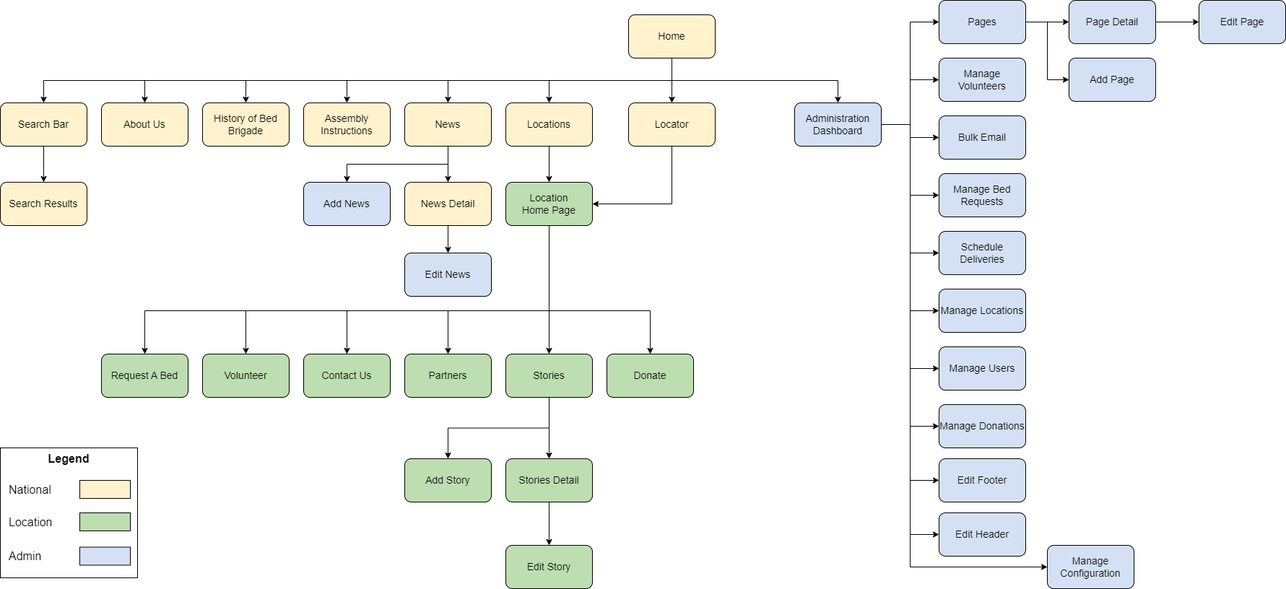
The draw.io diagram Documentation/Design/Information Architecture Diagram.png in GregFinzer/BedBrigadeNational, before a commit. Source tidied: cells renumbered, new cells last; positions are measured from the earlier drawing's top-left corner, leaving out a move shared by most shapes.
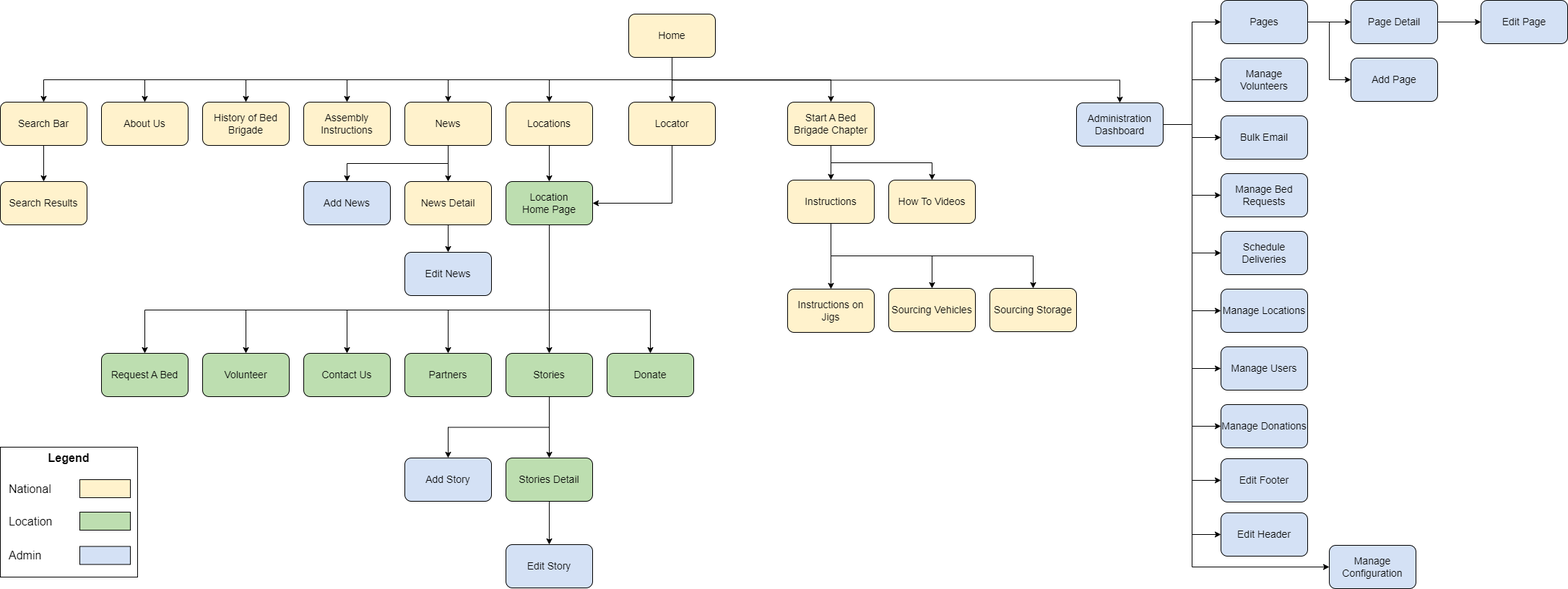
Later version of the same file.

Commit message:
Update Information Architecture Diagram

The edit, as a diff of the source:
```diff
@@ -26,6 +26,14 @@
     <mxCell id="9" style="edgeStyle=orthogonalEdgeStyle;rounded=0;jettySize=auto;html=1;exitX=0.5;exitY=1;exitDx=0;exitDy=0;entryX=0.5;entryY=0;entryDx=0;entryDy=0;fontSize=14;" parent="1" edge="1" source="10" target="83">
       <mxGeometry relative="1" as="geometry" />
     </mxCell>
+    <mxCell id="84" style="edgeStyle=orthogonalEdgeStyle;rounded=0;jettySize=auto;html=1;exitX=0.5;exitY=1;exitDx=0;exitDy=0;entryX=0.5;entryY=0;entryDx=0;entryDy=0;" parent="1" edge="1" source="10" target="87">
+      <mxGeometry relative="1" as="geometry">
+        <Array as="points">
+          <mxPoint x="930" y="111" />
+          <mxPoint x="1150" y="111" />
+        </Array>
+      </mxGeometry>
+    </mxCell>
     <mxCell id="10" value="&lt;font style=&quot;font-size: 14px;&quot;&gt;Home&lt;/font&gt;" style="rounded=1;whiteSpace=wrap;html=1;fillColor=#FFF2CC;" parent="1" vertex="1">
       <mxGeometry x="870" y="20" width="120" height="60" as="geometry" />
     </mxCell>
@@ -162,13 +170,13 @@
     <mxCell id="46" style="edgeStyle=orthogonalEdgeStyle;rounded=0;jettySize=auto;html=1;exitX=1;exitY=0.5;exitDx=0;exitDy=0;entryX=0;entryY=0.5;entryDx=0;entryDy=0;fontSize=16;" parent="1" edge="1" source="47" target="63">
       <mxGeometry relative="1" as="geometry">
         <Array as="points">
-          <mxPoint x="1260" y="172" />
-          <mxPoint x="1260" y="785" />
+          <mxPoint x="1650" y="173" />
+          <mxPoint x="1650" y="786" />
         </Array>
       </mxGeometry>
     </mxCell>
     <mxCell id="47" value="&lt;font style=&quot;font-size: 14px;&quot;&gt;Administration Dashboard&lt;/font&gt;" style="rounded=1;whiteSpace=wrap;html=1;fillColor=#D4E1F5;" parent="1" vertex="1">
-      <mxGeometry x="1100" y="142" width="120" height="60" as="geometry" />
+      <mxGeometry x="1490" y="143" width="120" height="60" as="geometry" />
     </mxCell>
     <mxCell id="48" value="&lt;font style=&quot;font-size: 14px;&quot;&gt;Add News&lt;/font&gt;" style="rounded=1;whiteSpace=wrap;html=1;fillColor=#D4E1F5;" parent="1" vertex="1">
       <mxGeometry x="420" y="252" width="120" height="60" as="geometry" />
@@ -182,19 +190,19 @@
     <mxCell id="51" value="&lt;font style=&quot;font-size: 14px;&quot;&gt;Stories Detail&lt;/font&gt;" style="rounded=1;whiteSpace=wrap;html=1;fillColor=#BDDEB0;" parent="1" vertex="1">
       <mxGeometry x="700" y="635" width="120" height="60" as="geometry" />
     </mxCell>
-    <mxCell id="52" value="&lt;font style=&quot;font-size: 14px;&quot;&gt;Add Story&lt;/font&gt;" style="rounded=1;whiteSpace=wrap;html=1;fillColor=#BDDEB0;" parent="1" vertex="1">
+    <mxCell id="52" value="&lt;font style=&quot;font-size: 14px;&quot;&gt;Add Story&lt;/font&gt;" style="rounded=1;whiteSpace=wrap;html=1;fillColor=#D4E1F5;" parent="1" vertex="1">
       <mxGeometry x="560" y="635" width="120" height="60" as="geometry" />
     </mxCell>
     <mxCell id="53" value="&lt;font style=&quot;font-size: 14px;&quot;&gt;Add Page&lt;/font&gt;" style="rounded=1;whiteSpace=wrap;html=1;fillColor=#D4E1F5;" parent="1" vertex="1">
-      <mxGeometry x="1480" y="80" width="120" height="60" as="geometry" />
+      <mxGeometry x="1870" y="81" width="120" height="60" as="geometry" />
     </mxCell>
     <mxCell id="54" style="edgeStyle=orthogonalEdgeStyle;rounded=0;jettySize=auto;html=1;exitX=1;exitY=0.5;exitDx=0;exitDy=0;entryX=0;entryY=0.5;entryDx=0;entryDy=0;fontSize=16;" parent="1" edge="1" source="55" target="75">
       <mxGeometry relative="1" as="geometry" />
     </mxCell>
     <mxCell id="55" value="&lt;font style=&quot;font-size: 14px;&quot;&gt;Page Detail&lt;/font&gt;" style="rounded=1;whiteSpace=wrap;html=1;fillColor=#D4E1F5;" parent="1" vertex="1">
-      <mxGeometry x="1480" width="120" height="60" as="geometry" />
+      <mxGeometry x="1870" y="1" width="120" height="60" as="geometry" />
     </mxCell>
-    <mxCell id="56" value="&lt;font style=&quot;font-size: 14px;&quot;&gt;Edit Story&lt;/font&gt;" style="rounded=1;whiteSpace=wrap;html=1;fillColor=#BDDEB0;" parent="1" vertex="1">
+    <mxCell id="56" value="&lt;font style=&quot;font-size: 14px;&quot;&gt;Edit Story&lt;/font&gt;" style="rounded=1;whiteSpace=wrap;html=1;fillColor=#D4E1F5;" parent="1" vertex="1">
       <mxGeometry x="700" y="755" width="120" height="60" as="geometry" />
     </mxCell>
     <mxCell id="57" style="edgeStyle=orthogonalEdgeStyle;rounded=0;jettySize=auto;html=1;exitX=1;exitY=0.5;exitDx=0;exitDy=0;entryX=0;entryY=0.5;entryDx=0;entryDy=0;fontSize=16;" parent="1" edge="1" source="59" target="55">
@@ -204,25 +212,25 @@
       <mxGeometry relative="1" as="geometry" />
     </mxCell>
     <mxCell id="59" value="&lt;font style=&quot;font-size: 14px;&quot;&gt;Pages&lt;/font&gt;" style="rounded=1;whiteSpace=wrap;html=1;fillColor=#D4E1F5;" parent="1" vertex="1">
-      <mxGeometry x="1300" width="120" height="60" as="geometry" />
+      <mxGeometry x="1690" y="1" width="120" height="60" as="geometry" />
     </mxCell>
     <mxCell id="60" value="&lt;font style=&quot;font-size: 14px;&quot;&gt;Edit Header&lt;/font&gt;" style="rounded=1;whiteSpace=wrap;html=1;fillColor=#D4E1F5;" parent="1" vertex="1">
-      <mxGeometry x="1300" y="710" width="120" height="60" as="geometry" />
+      <mxGeometry x="1690" y="711" width="120" height="60" as="geometry" />
     </mxCell>
     <mxCell id="61" value="&lt;font style=&quot;font-size: 14px;&quot;&gt;Edit Footer&lt;/font&gt;" style="rounded=1;whiteSpace=wrap;html=1;fillColor=#D4E1F5;" parent="1" vertex="1">
-      <mxGeometry x="1300" y="635" width="120" height="60" as="geometry" />
+      <mxGeometry x="1690" y="636" width="120" height="60" as="geometry" />
     </mxCell>
     <mxCell id="62" value="&lt;font style=&quot;font-size: 14px;&quot;&gt;Manage Users&lt;/font&gt;" style="rounded=1;whiteSpace=wrap;html=1;fillColor=#D4E1F5;" parent="1" vertex="1">
-      <mxGeometry x="1300" y="480" width="120" height="60" as="geometry" />
+      <mxGeometry x="1690" y="481" width="120" height="60" as="geometry" />
     </mxCell>
     <mxCell id="63" value="&lt;font style=&quot;font-size: 14px;&quot;&gt;Manage Configuration&lt;/font&gt;" style="rounded=1;whiteSpace=wrap;html=1;fillColor=#D4E1F5;" parent="1" vertex="1">
-      <mxGeometry x="1450" y="755" width="120" height="60" as="geometry" />
+      <mxGeometry x="1840" y="756" width="120" height="60" as="geometry" />
     </mxCell>
     <mxCell id="64" value="&lt;font style=&quot;font-size: 14px;&quot;&gt;Manage Locations&lt;/font&gt;" style="rounded=1;whiteSpace=wrap;html=1;fillColor=#D4E1F5;" parent="1" vertex="1">
-      <mxGeometry x="1300" y="400" width="120" height="60" as="geometry" />
+      <mxGeometry x="1690" y="401" width="120" height="60" as="geometry" />
     </mxCell>
     <mxCell id="65" value="&lt;font style=&quot;font-size: 14px;&quot;&gt;Bulk Email&lt;/font&gt;" style="rounded=1;whiteSpace=wrap;html=1;fillColor=#D4E1F5;" parent="1" vertex="1">
-      <mxGeometry x="1300" y="160" width="120" height="60" as="geometry" />
+      <mxGeometry x="1690" y="161" width="120" height="60" as="geometry" />
     </mxCell>
     <mxCell id="66" style="edgeStyle=orthogonalEdgeStyle;rounded=0;jettySize=auto;html=1;exitX=0.5;exitY=1;exitDx=0;exitDy=0;entryX=0.5;entryY=0;entryDx=0;entryDy=0;" parent="1" edge="1" source="67" target="68">
       <mxGeometry relative="1" as="geometry" />
@@ -234,16 +242,16 @@
       <mxGeometry y="252" width="120" height="60" as="geometry" />
     </mxCell>
     <mxCell id="69" value="&lt;font style=&quot;font-size: 14px;&quot;&gt;Schedule Deliveries&lt;/font&gt;" style="rounded=1;whiteSpace=wrap;html=1;fillColor=#D4E1F5;" parent="1" vertex="1">
-      <mxGeometry x="1300" y="320" width="120" height="60" as="geometry" />
+      <mxGeometry x="1690" y="321" width="120" height="60" as="geometry" />
     </mxCell>
     <mxCell id="70" value="&lt;font style=&quot;font-size: 14px;&quot;&gt;Manage Volunteers&lt;/font&gt;" style="rounded=1;whiteSpace=wrap;html=1;fillColor=#D4E1F5;" parent="1" vertex="1">
-      <mxGeometry x="1300" y="80" width="120" height="60" as="geometry" />
+      <mxGeometry x="1690" y="81" width="120" height="60" as="geometry" />
     </mxCell>
     <mxCell id="71" value="&lt;font style=&quot;font-size: 14px;&quot;&gt;Manage Bed Requests&lt;/font&gt;" style="rounded=1;whiteSpace=wrap;html=1;fillColor=#D4E1F5;" parent="1" vertex="1">
-      <mxGeometry x="1300" y="240" width="120" height="60" as="geometry" />
+      <mxGeometry x="1690" y="241" width="120" height="60" as="geometry" />
     </mxCell>
     <mxCell id="72" value="&lt;font style=&quot;font-size: 14px;&quot;&gt;Manage Donations&lt;/font&gt;" style="rounded=1;whiteSpace=wrap;html=1;fillColor=#D4E1F5;" parent="1" vertex="1">
-      <mxGeometry x="1300" y="560" width="120" height="60" as="geometry" />
+      <mxGeometry x="1690" y="561" width="120" height="60" as="geometry" />
     </mxCell>
     <mxCell id="73" style="rounded=0;whiteSpace=wrap;html=1;fillColor=none;" parent="1" vertex="1">
       <mxGeometry y="620" width="190" height="180" as="geometry" />
@@ -252,7 +260,7 @@
       <mxGeometry y="620" width="190" height="30" as="geometry" />
     </mxCell>
     <mxCell id="75" value="&lt;font style=&quot;font-size: 14px;&quot;&gt;Edit Page&lt;/font&gt;" style="rounded=1;whiteSpace=wrap;html=1;fillColor=#D4E1F5;" parent="1" vertex="1">
-      <mxGeometry x="1660" width="120" height="60" as="geometry" />
+      <mxGeometry x="2050" y="1" width="120" height="60" as="geometry" />
     </mxCell>
     <mxCell id="76" style="rounded=0;whiteSpace=wrap;html=1;fontSize=16;fillColor=#FFF2CC;" parent="1" vertex="1">
       <mxGeometry x="110" y="665" width="70" height="25" as="geometry" />
@@ -278,5 +286,38 @@
     <mxCell id="83" value="&lt;font style=&quot;font-size: 14px;&quot;&gt;Locator&lt;/font&gt;" style="rounded=1;whiteSpace=wrap;html=1;fillColor=#FFF2CC;" parent="1" vertex="1">
       <mxGeometry x="870" y="142" width="120" height="60" as="geometry" />
     </mxCell>
+    <mxCell id="85" style="edgeStyle=orthogonalEdgeStyle;rounded=0;jettySize=auto;html=1;exitX=0.5;exitY=1;exitDx=0;exitDy=0;entryX=0.5;entryY=0;entryDx=0;entryDy=0;" parent="1" edge="1" source="87" target="91">
+      <mxGeometry relative="1" as="geometry" />
+    </mxCell>
+    <mxCell id="86" style="edgeStyle=orthogonalEdgeStyle;rounded=0;jettySize=auto;html=1;exitX=0.5;exitY=1;exitDx=0;exitDy=0;entryX=0.5;entryY=0;entryDx=0;entryDy=0;" parent="1" edge="1" source="87" target="92">
+      <mxGeometry relative="1" as="geometry" />
+    </mxCell>
+    <mxCell id="87" value="&lt;font style=&quot;font-size: 14px;&quot;&gt;Start A Bed Brigade Chapter&lt;/font&gt;" style="rounded=1;whiteSpace=wrap;html=1;fillColor=#FFF2CC;" parent="1" vertex="1">
+      <mxGeometry x="1090" y="142" width="120" height="60" as="geometry" />
+    </mxCell>
+    <mxCell id="88" style="edgeStyle=orthogonalEdgeStyle;rounded=0;jettySize=auto;html=1;exitX=0.5;exitY=1;exitDx=0;exitDy=0;entryX=0.5;entryY=0;entryDx=0;entryDy=0;" parent="1" edge="1" source="91" target="93">
+      <mxGeometry relative="1" as="geometry" />
+    </mxCell>
+    <mxCell id="89" style="edgeStyle=orthogonalEdgeStyle;rounded=0;jettySize=auto;html=1;exitX=0.5;exitY=1;exitDx=0;exitDy=0;entryX=0.5;entryY=0;entryDx=0;entryDy=0;" parent="1" edge="1" source="91" target="94">
+      <mxGeometry relative="1" as="geometry" />
+    </mxCell>
+    <mxCell id="90" style="edgeStyle=orthogonalEdgeStyle;rounded=0;jettySize=auto;html=1;exitX=0.5;exitY=1;exitDx=0;exitDy=0;entryX=0.5;entryY=0;entryDx=0;entryDy=0;" parent="1" edge="1" source="91" target="95">
+      <mxGeometry relative="1" as="geometry" />
+    </mxCell>
+    <mxCell id="91" value="&lt;font style=&quot;font-size: 14px;&quot;&gt;Instructions&lt;/font&gt;" style="rounded=1;whiteSpace=wrap;html=1;fillColor=#FFF2CC;" parent="1" vertex="1">
+      <mxGeometry x="1090" y="250" width="120" height="60" as="geometry" />
+    </mxCell>
+    <mxCell id="92" value="&lt;font style=&quot;font-size: 14px;&quot;&gt;How To Videos&lt;/font&gt;" style="rounded=1;whiteSpace=wrap;html=1;fillColor=#FFF2CC;" parent="1" vertex="1">
+      <mxGeometry x="1230" y="250" width="120" height="60" as="geometry" />
+    </mxCell>
+    <mxCell id="93" value="&lt;font style=&quot;font-size: 14px;&quot;&gt;Instructions on Jigs&lt;/font&gt;" style="rounded=1;whiteSpace=wrap;html=1;fillColor=#FFF2CC;" parent="1" vertex="1">
+      <mxGeometry x="1090" y="401" width="120" height="60" as="geometry" />
+    </mxCell>
+    <mxCell id="94" value="&lt;font style=&quot;font-size: 14px;&quot;&gt;Sourcing Vehicles&lt;/font&gt;" style="rounded=1;whiteSpace=wrap;html=1;fillColor=#FFF2CC;" parent="1" vertex="1">
+      <mxGeometry x="1230" y="400" width="120" height="60" as="geometry" />
+    </mxCell>
+    <mxCell id="95" value="&lt;font style=&quot;font-size: 14px;&quot;&gt;Sourcing Storage&lt;/font&gt;" style="rounded=1;whiteSpace=wrap;html=1;fillColor=#FFF2CC;" parent="1" vertex="1">
+      <mxGeometry x="1370" y="400" width="120" height="60" as="geometry" />
+    </mxCell>
   </root>
 </mxGraphModel>
```
